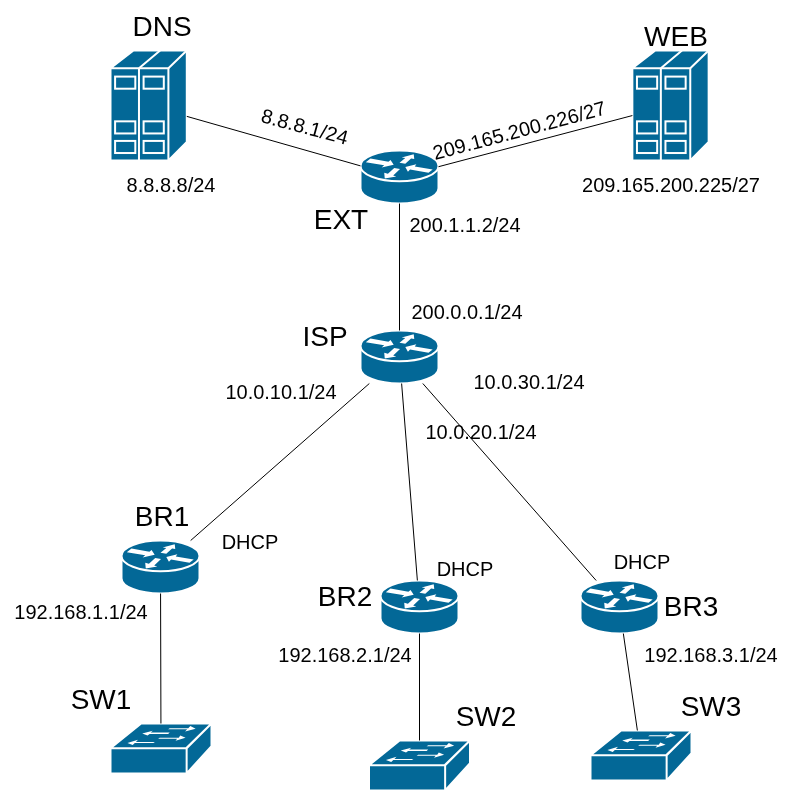
Before: Организация, принципы построения и функционирования компьютерных сетей/ЛР15_схема.png, a diagram exported from draw.io (quigon189/lab409). Source tidied: cells renumbered, new cells last; positions are measured from the earlier drawing's top-left corner, leaving out a move shared by most shapes. Its diagram source:
```xml
<mxGraphModel>
  <root>
    <mxCell id="0" />
    <mxCell id="1" parent="0" />
    <mxCell id="2" style="shape=mxgraph.cisco.routers.router;sketch=0;html=1;dashed=0;fillColor=#036897;strokeColor=#ffffff;strokeWidth=2;verticalLabelPosition=bottom;verticalAlign=top;align=center;outlineConnect=0;" parent="1" vertex="1">
      <mxGeometry x="360" y="330" width="78" height="53" as="geometry" />
    </mxCell>
    <mxCell id="3" style="shape=mxgraph.cisco.routers.router;sketch=0;html=1;dashed=0;fillColor=#036897;strokeColor=#ffffff;strokeWidth=2;verticalLabelPosition=bottom;verticalAlign=top;align=center;outlineConnect=0;" parent="1" vertex="1">
      <mxGeometry x="121" y="540" width="78" height="53" as="geometry" />
    </mxCell>
    <mxCell id="4" style="shape=mxgraph.cisco.routers.router;sketch=0;html=1;dashed=0;fillColor=#036897;strokeColor=#ffffff;strokeWidth=2;verticalLabelPosition=bottom;verticalAlign=top;align=center;outlineConnect=0;" parent="1" vertex="1">
      <mxGeometry x="380" y="580" width="78" height="53" as="geometry" />
    </mxCell>
    <mxCell id="5" style="shape=mxgraph.cisco.routers.router;sketch=0;html=1;dashed=0;fillColor=#036897;strokeColor=#ffffff;strokeWidth=2;verticalLabelPosition=bottom;verticalAlign=top;align=center;outlineConnect=0;" parent="1" vertex="1">
      <mxGeometry x="580" y="580" width="78" height="53" as="geometry" />
    </mxCell>
    <mxCell id="6" style="shape=mxgraph.cisco.switches.workgroup_switch;sketch=0;html=1;dashed=0;fillColor=#036897;strokeColor=#ffffff;strokeWidth=2;verticalLabelPosition=bottom;verticalAlign=top;align=center;outlineConnect=0;" parent="1" vertex="1">
      <mxGeometry x="110" y="723" width="101" height="50" as="geometry" />
    </mxCell>
    <mxCell id="7" style="shape=mxgraph.cisco.switches.workgroup_switch;sketch=0;html=1;dashed=0;fillColor=#036897;strokeColor=#ffffff;strokeWidth=2;verticalLabelPosition=bottom;verticalAlign=top;align=center;outlineConnect=0;" parent="1" vertex="1">
      <mxGeometry x="368.5" y="740" width="101" height="50" as="geometry" />
    </mxCell>
    <mxCell id="8" style="shape=mxgraph.cisco.switches.workgroup_switch;sketch=0;html=1;dashed=0;fillColor=#036897;strokeColor=#ffffff;strokeWidth=2;verticalLabelPosition=bottom;verticalAlign=top;align=center;outlineConnect=0;" parent="1" vertex="1">
      <mxGeometry x="590" y="730" width="101" height="50" as="geometry" />
    </mxCell>
    <mxCell id="9" style="shape=mxgraph.cisco.servers.standard_host;sketch=0;html=1;dashed=0;fillColor=#036897;strokeColor=#ffffff;strokeWidth=2;verticalLabelPosition=bottom;verticalAlign=top;align=center;outlineConnect=0;" parent="1" vertex="1">
      <mxGeometry x="110" y="50" width="76.3" height="110" as="geometry" />
    </mxCell>
    <mxCell id="10" style="endArrow=none;html=1;rounded=0;" parent="1" edge="1" source="3" target="2">
      <mxGeometry relative="1" as="geometry" />
    </mxCell>
    <mxCell id="11" style="endArrow=none;html=1;rounded=0;" parent="1" edge="1" source="4" target="2">
      <mxGeometry relative="1" as="geometry" />
    </mxCell>
    <mxCell id="12" style="endArrow=none;html=1;rounded=0;" parent="1" edge="1" source="5" target="2">
      <mxGeometry relative="1" as="geometry" />
    </mxCell>
    <mxCell id="13" style="endArrow=none;html=1;rounded=0;" parent="1" edge="1" source="3" target="6">
      <mxGeometry relative="1" as="geometry" />
    </mxCell>
    <mxCell id="14" style="endArrow=none;html=1;rounded=0;" parent="1" edge="1" source="4" target="7">
      <mxGeometry relative="1" as="geometry" />
    </mxCell>
    <mxCell id="15" style="endArrow=none;html=1;rounded=0;" parent="1" edge="1" source="5" target="8">
      <mxGeometry relative="1" as="geometry" />
    </mxCell>
    <mxCell id="16" style="shape=mxgraph.cisco.routers.router;sketch=0;html=1;dashed=0;fillColor=#036897;strokeColor=#ffffff;strokeWidth=2;verticalLabelPosition=bottom;verticalAlign=top;align=center;outlineConnect=0;" parent="1" vertex="1">
      <mxGeometry x="360" y="150" width="78" height="53" as="geometry" />
    </mxCell>
    <mxCell id="17" style="endArrow=none;html=1;rounded=0;" parent="1" edge="1" source="16" target="2">
      <mxGeometry relative="1" as="geometry" />
    </mxCell>
    <mxCell id="18" style="endArrow=none;html=1;rounded=0;" parent="1" edge="1" source="16" target="9">
      <mxGeometry relative="1" as="geometry" />
    </mxCell>
    <mxCell id="19" style="shape=mxgraph.cisco.servers.standard_host;sketch=0;html=1;dashed=0;fillColor=#036897;strokeColor=#ffffff;strokeWidth=2;verticalLabelPosition=bottom;verticalAlign=top;align=center;outlineConnect=0;" parent="1" vertex="1">
      <mxGeometry x="631.9" y="50" width="76.3" height="110" as="geometry" />
    </mxCell>
    <mxCell id="20" style="endArrow=none;html=1;rounded=0;" parent="1" edge="1" source="16" target="19">
      <mxGeometry relative="1" as="geometry" />
    </mxCell>
    <mxCell id="21" value="&lt;font style=&quot;font-size: 28px;&quot;&gt;EXT&lt;/font&gt;" style="text;html=1;align=center;verticalAlign=middle;strokeColor=none;fillColor=none;" parent="1" vertex="1">
      <mxGeometry x="300" y="193" width="80" height="50" as="geometry" />
    </mxCell>
    <mxCell id="22" value="&lt;font style=&quot;font-size: 28px;&quot;&gt;DNS&lt;/font&gt;" style="text;html=1;align=center;verticalAlign=middle;strokeColor=none;fillColor=none;" parent="1" vertex="1">
      <mxGeometry x="121" width="80" height="50" as="geometry" />
    </mxCell>
    <mxCell id="23" value="&lt;font style=&quot;font-size: 28px;&quot;&gt;WEB&lt;/font&gt;" style="text;html=1;align=center;verticalAlign=middle;strokeColor=none;fillColor=none;" parent="1" vertex="1">
      <mxGeometry x="630" y="10" width="90" height="50" as="geometry" />
    </mxCell>
    <mxCell id="24" value="&lt;font style=&quot;font-size: 28px;&quot;&gt;ISP&lt;/font&gt;" style="text;html=1;align=center;verticalAlign=middle;strokeColor=none;fillColor=none;" parent="1" vertex="1">
      <mxGeometry x="289" y="310" width="70" height="50" as="geometry" />
    </mxCell>
    <mxCell id="25" value="&lt;font style=&quot;font-size: 28px;&quot;&gt;BR1&lt;/font&gt;" style="text;html=1;align=center;verticalAlign=middle;strokeColor=none;fillColor=none;" parent="1" vertex="1">
      <mxGeometry x="121" y="490" width="80" height="50" as="geometry" />
    </mxCell>
    <mxCell id="26" value="&lt;font style=&quot;font-size: 28px;&quot;&gt;BR2&lt;/font&gt;" style="text;html=1;align=center;verticalAlign=middle;strokeColor=none;fillColor=none;" parent="1" vertex="1">
      <mxGeometry x="304" y="570" width="80" height="50" as="geometry" />
    </mxCell>
    <mxCell id="27" value="&lt;font style=&quot;font-size: 28px;&quot;&gt;BR3&lt;/font&gt;" style="text;html=1;align=center;verticalAlign=middle;strokeColor=none;fillColor=none;" parent="1" vertex="1">
      <mxGeometry x="650" y="580" width="80" height="50" as="geometry" />
    </mxCell>
    <mxCell id="28" value="&lt;font style=&quot;font-size: 28px;&quot;&gt;SW1&lt;/font&gt;" style="text;html=1;align=center;verticalAlign=middle;strokeColor=none;fillColor=none;" parent="1" vertex="1">
      <mxGeometry x="60" y="673" width="80" height="50" as="geometry" />
    </mxCell>
    <mxCell id="29" value="&lt;font style=&quot;font-size: 28px;&quot;&gt;SW2&lt;/font&gt;" style="text;html=1;align=center;verticalAlign=middle;strokeColor=none;fillColor=none;" parent="1" vertex="1">
      <mxGeometry x="445" y="690" width="80" height="50" as="geometry" />
    </mxCell>
    <mxCell id="30" value="&lt;font style=&quot;font-size: 28px;&quot;&gt;SW3&lt;/font&gt;" style="text;html=1;align=center;verticalAlign=middle;strokeColor=none;fillColor=none;" parent="1" vertex="1">
      <mxGeometry x="670" y="680" width="80" height="50" as="geometry" />
    </mxCell>
    <mxCell id="31" value="&lt;font style=&quot;font-size: 20px;&quot;&gt;192.168.1.1/24&lt;/font&gt;" style="text;html=1;align=center;verticalAlign=middle;strokeColor=none;fillColor=none;" parent="1" vertex="1">
      <mxGeometry y="590" width="160" height="40" as="geometry" />
    </mxCell>
    <mxCell id="32" value="&lt;font style=&quot;font-size: 20px;&quot;&gt;192.168.2&lt;/font&gt;&lt;span style=&quot;font-size: 20px; background-color: transparent; color: light-dark(rgb(0, 0, 0), rgb(255, 255, 255));&quot;&gt;.1/24&lt;/span&gt;" style="text;html=1;align=center;verticalAlign=middle;strokeColor=none;fillColor=none;" parent="1" vertex="1">
      <mxGeometry x="264" y="633" width="160" height="40" as="geometry" />
    </mxCell>
    <mxCell id="33" value="&lt;font style=&quot;font-size: 20px;&quot;&gt;DHCP&lt;/font&gt;" style="text;html=1;align=center;verticalAlign=middle;strokeColor=none;fillColor=none;" parent="1" vertex="1">
      <mxGeometry x="424" y="546.5" width="80" height="40" as="geometry" />
    </mxCell>
    <mxCell id="34" value="&lt;font style=&quot;font-size: 20px;&quot;&gt;DHCP&lt;/font&gt;" style="text;html=1;align=center;verticalAlign=middle;strokeColor=none;fillColor=none;" parent="1" vertex="1">
      <mxGeometry x="209" y="520" width="80" height="40" as="geometry" />
    </mxCell>
    <mxCell id="35" value="&lt;font style=&quot;font-size: 20px;&quot;&gt;DHCP&lt;/font&gt;" style="text;html=1;align=center;verticalAlign=middle;strokeColor=none;fillColor=none;" parent="1" vertex="1">
      <mxGeometry x="600.5" y="540" width="80" height="40" as="geometry" />
    </mxCell>
    <mxCell id="36" value="&lt;font style=&quot;font-size: 20px;&quot;&gt;192.168.3.1/24&lt;/font&gt;" style="text;html=1;align=center;verticalAlign=middle;strokeColor=none;fillColor=none;" parent="1" vertex="1">
      <mxGeometry x="630" y="633" width="160" height="40" as="geometry" />
    </mxCell>
    <mxCell id="37" value="&lt;font style=&quot;font-size: 20px;&quot;&gt;10.0.30.1/24&lt;/font&gt;" style="text;html=1;align=center;verticalAlign=middle;strokeColor=none;fillColor=none;" parent="1" vertex="1">
      <mxGeometry x="463" y="360" width="130" height="40" as="geometry" />
    </mxCell>
    <mxCell id="38" value="&lt;font style=&quot;font-size: 20px;&quot;&gt;10.0.10.1/24&lt;/font&gt;" style="text;html=1;align=center;verticalAlign=middle;strokeColor=none;fillColor=none;" parent="1" vertex="1">
      <mxGeometry x="215" y="370" width="130" height="40" as="geometry" />
    </mxCell>
    <mxCell id="39" value="&lt;font style=&quot;font-size: 20px;&quot;&gt;10.0.20.1/24&lt;/font&gt;" style="text;html=1;align=center;verticalAlign=middle;strokeColor=none;fillColor=none;" parent="1" vertex="1">
      <mxGeometry x="415" y="410" width="130" height="40" as="geometry" />
    </mxCell>
    <mxCell id="40" value="&lt;font style=&quot;font-size: 20px;&quot;&gt;200.0.0.1/24&lt;/font&gt;" style="text;html=1;align=center;verticalAlign=middle;strokeColor=none;fillColor=none;" parent="1" vertex="1">
      <mxGeometry x="401" y="290" width="130" height="40" as="geometry" />
    </mxCell>
    <mxCell id="41" value="&lt;font style=&quot;font-size: 20px;&quot;&gt;200.1.1.2/24&lt;/font&gt;" style="text;html=1;align=center;verticalAlign=middle;strokeColor=none;fillColor=none;" parent="1" vertex="1">
      <mxGeometry x="399" y="203" width="130" height="40" as="geometry" />
    </mxCell>
    <mxCell id="42" value="&lt;font style=&quot;font-size: 20px;&quot;&gt;8.8.8.8/24&lt;/font&gt;" style="text;html=1;align=center;verticalAlign=middle;strokeColor=none;fillColor=none;" parent="1" vertex="1">
      <mxGeometry x="115" y="163" width="110" height="40" as="geometry" />
    </mxCell>
    <mxCell id="43" value="&lt;span style=&quot;font-size: 20px;&quot;&gt;209.165.200.225/27&lt;/span&gt;" style="text;html=1;align=center;verticalAlign=middle;strokeColor=none;fillColor=none;" parent="1" vertex="1">
      <mxGeometry x="570" y="163" width="200" height="40" as="geometry" />
    </mxCell>
    <mxCell id="44" value="&lt;p&gt;&lt;font style=&quot;font-size: 20px;&quot;&gt;209.165.200.226/27&lt;/font&gt;&lt;/p&gt;" style="text;html=1;align=center;verticalAlign=middle;strokeColor=none;fillColor=none;rotation=-15;strokeWidth=4;" parent="1" vertex="1">
      <mxGeometry x="418" y="99" width="200" height="60" as="geometry" />
    </mxCell>
    <mxCell id="45" value="&lt;font style=&quot;font-size: 20px;&quot;&gt;8.8.8.1/24&lt;/font&gt;" style="text;html=1;align=center;verticalAlign=middle;strokeColor=none;fillColor=none;rotation=15;" parent="1" vertex="1">
      <mxGeometry x="249" y="105" width="110" height="40" as="geometry" />
    </mxCell>
  </root>
</mxGraphModel>
```
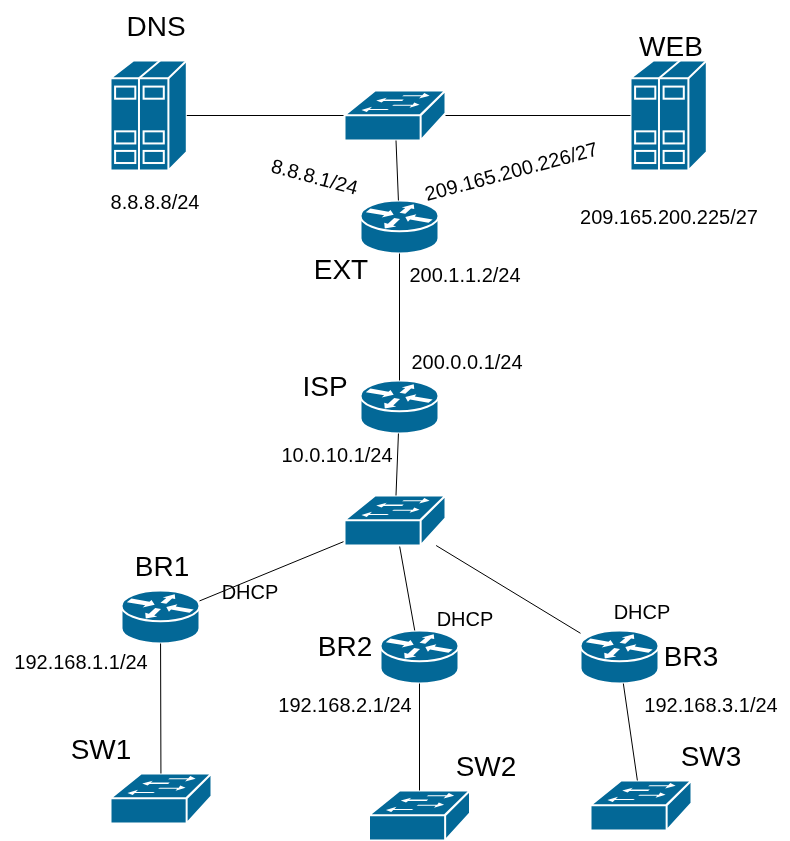
After the change.

What changed in the source:
```diff
@@ -24,15 +24,15 @@
       <mxGeometry x="590" y="730" width="101" height="50" as="geometry" />
     </mxCell>
     <mxCell id="9" style="shape=mxgraph.cisco.servers.standard_host;sketch=0;html=1;dashed=0;fillColor=#036897;strokeColor=#ffffff;strokeWidth=2;verticalLabelPosition=bottom;verticalAlign=top;align=center;outlineConnect=0;" parent="1" vertex="1">
-      <mxGeometry x="110" y="50" width="76.3" height="110" as="geometry" />
+      <mxGeometry x="110" y="10" width="76.3" height="110" as="geometry" />
     </mxCell>
-    <mxCell id="10" style="endArrow=none;html=1;rounded=0;" parent="1" edge="1" source="3" target="2">
+    <mxCell id="10" style="endArrow=none;html=1;rounded=0;" parent="1" edge="1" source="3" target="46">
       <mxGeometry relative="1" as="geometry" />
     </mxCell>
-    <mxCell id="11" style="endArrow=none;html=1;rounded=0;" parent="1" edge="1" source="4" target="2">
+    <mxCell id="11" style="endArrow=none;html=1;rounded=0;" parent="1" edge="1" source="4" target="46">
       <mxGeometry relative="1" as="geometry" />
     </mxCell>
-    <mxCell id="12" style="endArrow=none;html=1;rounded=0;" parent="1" edge="1" source="5" target="2">
+    <mxCell id="12" style="endArrow=none;html=1;rounded=0;" parent="1" edge="1" source="5" target="46">
       <mxGeometry relative="1" as="geometry" />
     </mxCell>
     <mxCell id="13" style="endArrow=none;html=1;rounded=0;" parent="1" edge="1" source="3" target="6">
@@ -50,23 +50,23 @@
     <mxCell id="17" style="endArrow=none;html=1;rounded=0;" parent="1" edge="1" source="16" target="2">
       <mxGeometry relative="1" as="geometry" />
     </mxCell>
-    <mxCell id="18" style="endArrow=none;html=1;rounded=0;" parent="1" edge="1" source="16" target="9">
+    <mxCell id="18" style="endArrow=none;html=1;rounded=0;" parent="1" edge="1" source="48" target="9">
       <mxGeometry relative="1" as="geometry" />
     </mxCell>
     <mxCell id="19" style="shape=mxgraph.cisco.servers.standard_host;sketch=0;html=1;dashed=0;fillColor=#036897;strokeColor=#ffffff;strokeWidth=2;verticalLabelPosition=bottom;verticalAlign=top;align=center;outlineConnect=0;" parent="1" vertex="1">
-      <mxGeometry x="631.9" y="50" width="76.3" height="110" as="geometry" />
+      <mxGeometry x="630" y="10" width="76.3" height="110" as="geometry" />
     </mxCell>
-    <mxCell id="20" style="endArrow=none;html=1;rounded=0;" parent="1" edge="1" source="16" target="19">
+    <mxCell id="20" style="endArrow=none;html=1;rounded=0;" parent="1" edge="1" source="48" target="19">
       <mxGeometry relative="1" as="geometry" />
     </mxCell>
     <mxCell id="21" value="&lt;font style=&quot;font-size: 28px;&quot;&gt;EXT&lt;/font&gt;" style="text;html=1;align=center;verticalAlign=middle;strokeColor=none;fillColor=none;" parent="1" vertex="1">
       <mxGeometry x="300" y="193" width="80" height="50" as="geometry" />
     </mxCell>
     <mxCell id="22" value="&lt;font style=&quot;font-size: 28px;&quot;&gt;DNS&lt;/font&gt;" style="text;html=1;align=center;verticalAlign=middle;strokeColor=none;fillColor=none;" parent="1" vertex="1">
-      <mxGeometry x="121" width="80" height="50" as="geometry" />
+      <mxGeometry x="115" y="-50" width="80" height="50" as="geometry" />
     </mxCell>
     <mxCell id="23" value="&lt;font style=&quot;font-size: 28px;&quot;&gt;WEB&lt;/font&gt;" style="text;html=1;align=center;verticalAlign=middle;strokeColor=none;fillColor=none;" parent="1" vertex="1">
-      <mxGeometry x="630" y="10" width="90" height="50" as="geometry" />
+      <mxGeometry x="625" y="-30" width="90" height="50" as="geometry" />
     </mxCell>
     <mxCell id="24" value="&lt;font style=&quot;font-size: 28px;&quot;&gt;ISP&lt;/font&gt;" style="text;html=1;align=center;verticalAlign=middle;strokeColor=none;fillColor=none;" parent="1" vertex="1">
       <mxGeometry x="289" y="310" width="70" height="50" as="geometry" />
@@ -107,15 +107,9 @@
     <mxCell id="36" value="&lt;font style=&quot;font-size: 20px;&quot;&gt;192.168.3.1/24&lt;/font&gt;" style="text;html=1;align=center;verticalAlign=middle;strokeColor=none;fillColor=none;" parent="1" vertex="1">
       <mxGeometry x="630" y="633" width="160" height="40" as="geometry" />
     </mxCell>
-    <mxCell id="37" value="&lt;font style=&quot;font-size: 20px;&quot;&gt;10.0.30.1/24&lt;/font&gt;" style="text;html=1;align=center;verticalAlign=middle;strokeColor=none;fillColor=none;" parent="1" vertex="1">
-      <mxGeometry x="463" y="360" width="130" height="40" as="geometry" />
-    </mxCell>
     <mxCell id="38" value="&lt;font style=&quot;font-size: 20px;&quot;&gt;10.0.10.1/24&lt;/font&gt;" style="text;html=1;align=center;verticalAlign=middle;strokeColor=none;fillColor=none;" parent="1" vertex="1">
-      <mxGeometry x="215" y="370" width="130" height="40" as="geometry" />
+      <mxGeometry x="271" y="383" width="130" height="40" as="geometry" />
     </mxCell>
-    <mxCell id="39" value="&lt;font style=&quot;font-size: 20px;&quot;&gt;10.0.20.1/24&lt;/font&gt;" style="text;html=1;align=center;verticalAlign=middle;strokeColor=none;fillColor=none;" parent="1" vertex="1">
-      <mxGeometry x="415" y="410" width="130" height="40" as="geometry" />
-    </mxCell>
     <mxCell id="40" value="&lt;font style=&quot;font-size: 20px;&quot;&gt;200.0.0.1/24&lt;/font&gt;" style="text;html=1;align=center;verticalAlign=middle;strokeColor=none;fillColor=none;" parent="1" vertex="1">
       <mxGeometry x="401" y="290" width="130" height="40" as="geometry" />
     </mxCell>
@@ -123,16 +117,28 @@
       <mxGeometry x="399" y="203" width="130" height="40" as="geometry" />
     </mxCell>
     <mxCell id="42" value="&lt;font style=&quot;font-size: 20px;&quot;&gt;8.8.8.8/24&lt;/font&gt;" style="text;html=1;align=center;verticalAlign=middle;strokeColor=none;fillColor=none;" parent="1" vertex="1">
-      <mxGeometry x="115" y="163" width="110" height="40" as="geometry" />
+      <mxGeometry x="99" y="130" width="110" height="40" as="geometry" />
     </mxCell>
     <mxCell id="43" value="&lt;span style=&quot;font-size: 20px;&quot;&gt;209.165.200.225/27&lt;/span&gt;" style="text;html=1;align=center;verticalAlign=middle;strokeColor=none;fillColor=none;" parent="1" vertex="1">
-      <mxGeometry x="570" y="163" width="200" height="40" as="geometry" />
+      <mxGeometry x="568.1" y="145" width="200" height="40" as="geometry" />
     </mxCell>
     <mxCell id="44" value="&lt;p&gt;&lt;font style=&quot;font-size: 20px;&quot;&gt;209.165.200.226/27&lt;/font&gt;&lt;/p&gt;" style="text;html=1;align=center;verticalAlign=middle;strokeColor=none;fillColor=none;rotation=-15;strokeWidth=4;" parent="1" vertex="1">
-      <mxGeometry x="418" y="99" width="200" height="60" as="geometry" />
+      <mxGeometry x="410" y="90" width="200" height="60" as="geometry" />
     </mxCell>
     <mxCell id="45" value="&lt;font style=&quot;font-size: 20px;&quot;&gt;8.8.8.1/24&lt;/font&gt;" style="text;html=1;align=center;verticalAlign=middle;strokeColor=none;fillColor=none;rotation=15;" parent="1" vertex="1">
-      <mxGeometry x="249" y="105" width="110" height="40" as="geometry" />
+      <mxGeometry x="258.5" y="105" width="110" height="40" as="geometry" />
     </mxCell>
+    <mxCell id="46" style="shape=mxgraph.cisco.switches.workgroup_switch;sketch=0;html=1;dashed=0;fillColor=#036897;strokeColor=#ffffff;strokeWidth=2;verticalLabelPosition=bottom;verticalAlign=top;align=center;outlineConnect=0;" parent="1" vertex="1">
+      <mxGeometry x="344" y="445" width="101" height="50" as="geometry" />
+    </mxCell>
+    <mxCell id="47" style="endArrow=none;html=1;rounded=0;" parent="1" edge="1" source="2" target="46">
+      <mxGeometry relative="1" as="geometry" />
+    </mxCell>
+    <mxCell id="48" style="shape=mxgraph.cisco.switches.workgroup_switch;sketch=0;html=1;dashed=0;fillColor=#036897;strokeColor=#ffffff;strokeWidth=2;verticalLabelPosition=bottom;verticalAlign=top;align=center;outlineConnect=0;" parent="1" vertex="1">
+      <mxGeometry x="344" y="40" width="101" height="50" as="geometry" />
+    </mxCell>
+    <mxCell id="49" style="endArrow=none;html=1;rounded=0;" parent="1" edge="1" source="48" target="16">
+      <mxGeometry relative="1" as="geometry" />
+    </mxCell>
   </root>
 </mxGraphModel>
```
